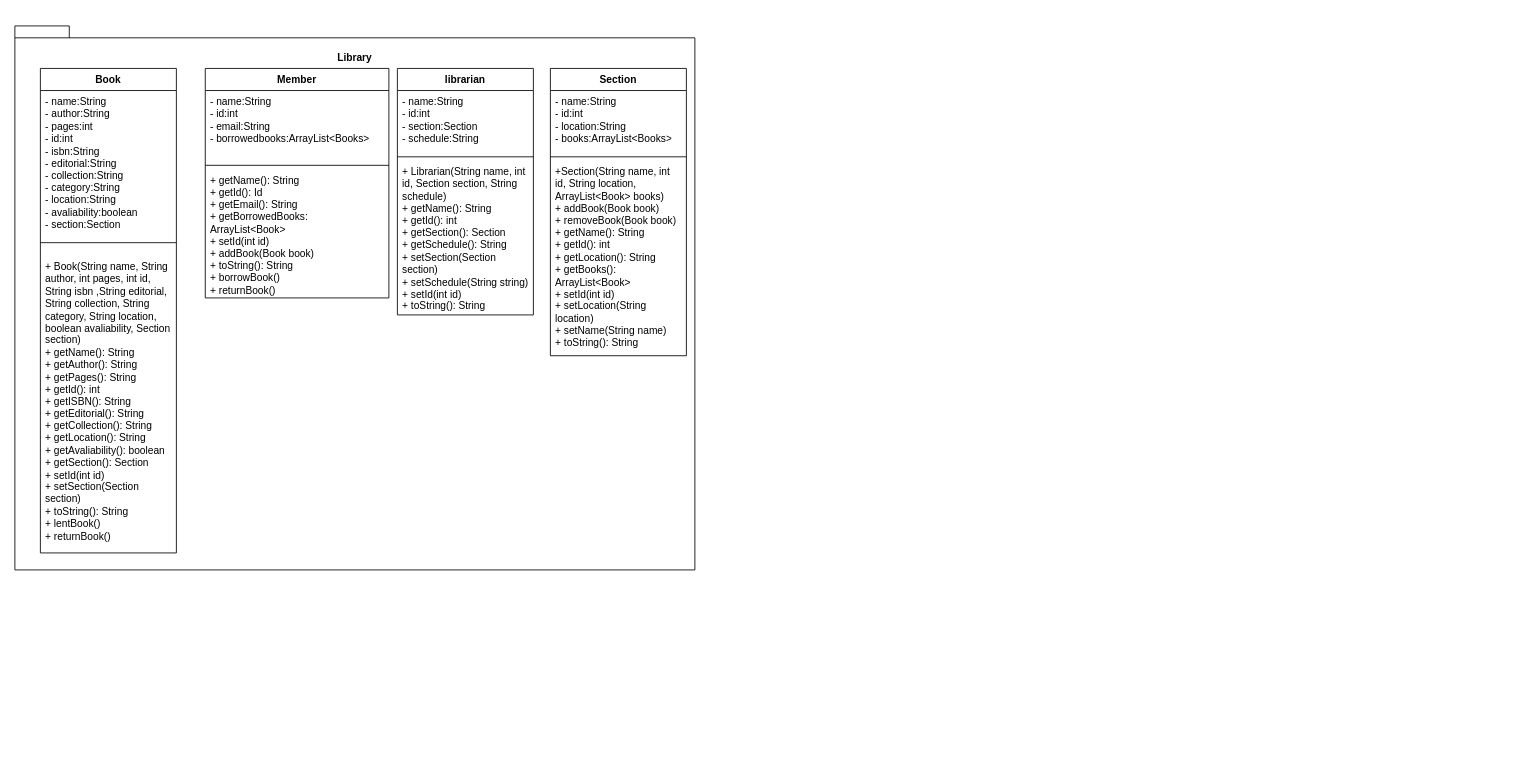
Above: Week5/Library.drawio in Julian-Florez/OOP-Project (draw.io), before the change. Source tidied: cells renumbered, new cells numbered last; positions are measured from the earlier drawing's top-left corner, leaving out a move shared by most shapes. Both pictures are drawn from the tidied source at 85%, with x=0, y=0 at pixel (14, 26).
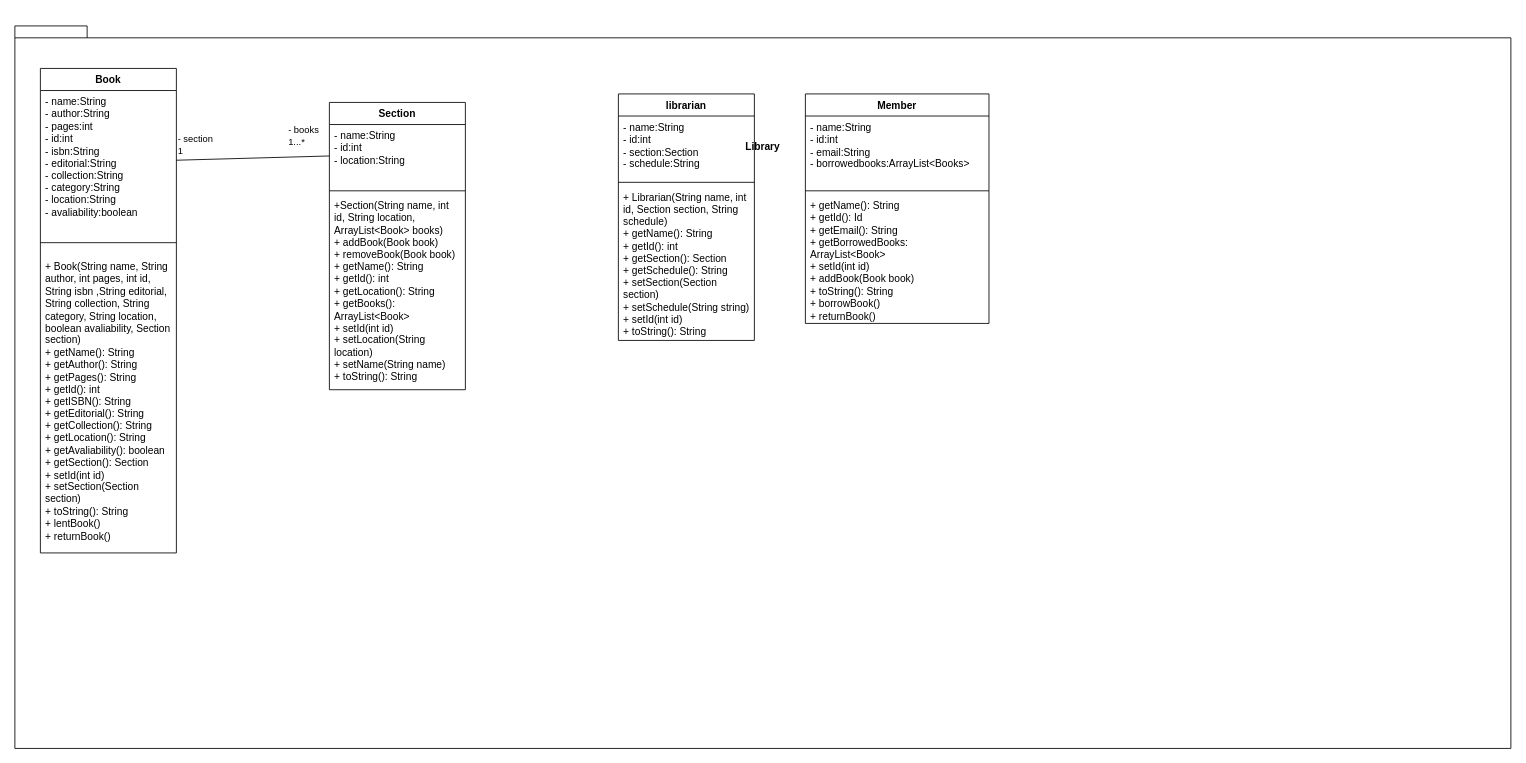
After the change.

Commit message:
Co-authored-by: Juan-Jose-Caicedo <Juan-Jose-Caicedo@users.noreply.github.com>

The change refers to these unchanged cells:
```xml
<mxCell id="3" value="Book" style="swimlane;fontStyle=1;align=center;verticalAlign=top;horizontal=1;startSize=26;whiteSpace=wrap;html=1;" parent="1" vertex="1">
  <mxGeometry x="30" y="50" width="160" height="570" as="geometry" />
</mxCell>
```

Change to the diagram source:
```diff
@@
     <mxCell id="2" value="&lt;div&gt;&lt;br&gt;&lt;/div&gt;&lt;div&gt;&lt;br&gt;&lt;/div&gt;&lt;div&gt;&lt;br&gt;&lt;/div&gt;Library&lt;div&gt;&lt;br&gt;&lt;/div&gt;&lt;div&gt;&lt;br&gt;&lt;/div&gt;&lt;div&gt;&lt;br&gt;&lt;/div&gt;&lt;div&gt;&lt;br&gt;&lt;/div&gt;&lt;div&gt;&lt;br&gt;&lt;/div&gt;&lt;div&gt;&lt;br&gt;&lt;/div&gt;&lt;div&gt;&lt;br&gt;&lt;/div&gt;&lt;div&gt;&lt;br&gt;&lt;/div&gt;&lt;div&gt;&lt;br&gt;&lt;/div&gt;&lt;div&gt;&lt;br&gt;&lt;/div&gt;&lt;div&gt;&lt;br&gt;&lt;/div&gt;&lt;div&gt;&lt;br&gt;&lt;/div&gt;&lt;div&gt;&lt;br&gt;&lt;/div&gt;&lt;div&gt;&lt;br&gt;&lt;/div&gt;&lt;div&gt;&lt;br&gt;&lt;/div&gt;&lt;div&gt;&lt;br&gt;&lt;/div&gt;&lt;div&gt;&lt;br&gt;&lt;/div&gt;&lt;div&gt;&lt;br&gt;&lt;/div&gt;&lt;div&gt;&lt;br&gt;&lt;/div&gt;&lt;div&gt;&lt;br&gt;&lt;/div&gt;&lt;div&gt;&lt;br&gt;&lt;/div&gt;&lt;div&gt;&lt;br&gt;&lt;/div&gt;&lt;div&gt;&lt;br&gt;&lt;/div&gt;&lt;div&gt;&lt;br&gt;&lt;/div&gt;&lt;div&gt;&lt;br&gt;&lt;/div&gt;&lt;div&gt;&lt;br&gt;&lt;/div&gt;&lt;div&gt;&lt;br&gt;&lt;/div&gt;&lt;div&gt;&lt;br&gt;&lt;/div&gt;&lt;div&gt;&lt;br&gt;&lt;/div&gt;&lt;div&gt;&lt;br&gt;&lt;/div&gt;&lt;div&gt;&lt;br&gt;&lt;/div&gt;&lt;div&gt;&lt;br&gt;&lt;/div&gt;&lt;div&gt;&lt;br&gt;&lt;/div&gt;&lt;div&gt;&lt;br&gt;&lt;/div&gt;&lt;div&gt;&lt;br&gt;&lt;/div&gt;&lt;div&gt;&lt;br&gt;&lt;/div&gt;&lt;div&gt;&lt;br&gt;&lt;/div&gt;&lt;div&gt;&lt;br&gt;&lt;/div&gt;&lt;div&gt;&lt;br&gt;&lt;/div&gt;&lt;div&gt;&lt;br&gt;&lt;/div&gt;&lt;div&gt;&lt;br&gt;&lt;/div&gt;&lt;div&gt;&lt;br&gt;&lt;/div&gt;&lt;div&gt;&lt;br&gt;&lt;/div&gt;" style="shape=folder;fontStyle=1;spacingTop=10;tabWidth=40;tabHeight=14;tabPosition=left;html=1;whiteSpace=wrap;" parent="1" vertex="1">
-      <mxGeometry width="800" height="640" as="geometry" />
+      <mxGeometry width="1760" height="850" as="geometry" />
     </mxCell>
@@
-    <mxCell id="4" value="&lt;div&gt;- name:String&lt;/div&gt;&lt;div&gt;- author:String&lt;/div&gt;&lt;div&gt;- pages:int&lt;/div&gt;&lt;div&gt;- id:int&lt;/div&gt;&lt;div&gt;- isbn:String&lt;/div&gt;&lt;div&gt;- editorial:String&lt;/div&gt;&lt;div&gt;- collection:String&lt;/div&gt;&lt;div&gt;- category:String&lt;/div&gt;&lt;div&gt;- location:String&lt;/div&gt;&lt;div&gt;- avaliability:boolean&lt;/div&gt;&lt;div&gt;- section:Section&lt;/div&gt;" style="text;strokeColor=none;fillColor=none;align=left;verticalAlign=top;spacingLeft=4;spacingRight=4;overflow=hidden;points=[[0,0.5],[1,0.5]];portConstraint=eastwest;whiteSpace=wrap;html=1;" parent="3" vertex="1">
+    <mxCell id="4" value="&lt;div&gt;- name:String&lt;/div&gt;&lt;div&gt;- author:String&lt;/div&gt;&lt;div&gt;- pages:int&lt;/div&gt;&lt;div&gt;- id:int&lt;/div&gt;&lt;div&gt;- isbn:String&lt;/div&gt;&lt;div&gt;- editorial:String&lt;/div&gt;&lt;div&gt;- collection:String&lt;/div&gt;&lt;div&gt;- category:String&lt;/div&gt;&lt;div&gt;- location:String&lt;/div&gt;&lt;div&gt;- avaliability:boolean&lt;/div&gt;" style="text;strokeColor=none;fillColor=none;align=left;verticalAlign=top;spacingLeft=4;spacingRight=4;overflow=hidden;points=[[0,0.5],[1,0.5]];portConstraint=eastwest;whiteSpace=wrap;html=1;" parent="3" vertex="1">
       <mxGeometry y="26" width="160" height="164" as="geometry" />
     </mxCell>
@@
     <mxCell id="7" value="Member" style="swimlane;fontStyle=1;align=center;verticalAlign=top;horizontal=1;startSize=26;whiteSpace=wrap;html=1;" parent="1" vertex="1">
-      <mxGeometry x="224" y="50" width="216" height="270" as="geometry" />
+      <mxGeometry x="930" y="80" width="216" height="270" as="geometry" />
     </mxCell>
@@
     <mxCell id="11" value="librarian" style="swimlane;fontStyle=1;align=center;verticalAlign=top;horizontal=1;startSize=26;whiteSpace=wrap;html=1;" parent="1" vertex="1">
-      <mxGeometry x="450" y="50" width="160" height="290" as="geometry" />
+      <mxGeometry x="710" y="80" width="160" height="290" as="geometry" />
     </mxCell>
@@
     <mxCell id="15" value="Section" style="swimlane;fontStyle=1;align=center;verticalAlign=top;horizontal=1;startSize=26;whiteSpace=wrap;html=1;" parent="1" vertex="1">
-      <mxGeometry x="630" y="50" width="160" height="338" as="geometry" />
+      <mxGeometry x="370" y="90" width="160" height="338" as="geometry" />
     </mxCell>
-    <mxCell id="16" value="&lt;div&gt;- name:String&lt;/div&gt;&lt;div&gt;- id:int&lt;/div&gt;&lt;div&gt;- location:String&lt;/div&gt;&lt;div&gt;- books:ArrayList&amp;lt;Books&amp;gt;&lt;/div&gt;" style="text;strokeColor=none;fillColor=none;align=left;verticalAlign=top;spacingLeft=4;spacingRight=4;overflow=hidden;points=[[0,0.5],[1,0.5]];portConstraint=eastwest;whiteSpace=wrap;html=1;" parent="15" vertex="1">
+    <mxCell id="16" value="&lt;div&gt;- name:String&lt;/div&gt;&lt;div&gt;- id:int&lt;/div&gt;&lt;div&gt;- location:String&lt;/div&gt;&lt;div&gt;&lt;br&gt;&lt;/div&gt;" style="text;strokeColor=none;fillColor=none;align=left;verticalAlign=top;spacingLeft=4;spacingRight=4;overflow=hidden;points=[[0,0.5],[1,0.5]];portConstraint=eastwest;whiteSpace=wrap;html=1;" parent="15" vertex="1">
       <mxGeometry y="26" width="160" height="74" as="geometry" />
     </mxCell>
@@
+    <mxCell id="19" style="edgeStyle=none;html=1;exitX=1;exitY=0.5;exitDx=0;exitDy=0;entryX=0;entryY=0.5;entryDx=0;entryDy=0;endArrow=none;endFill=0;" parent="1" edge="1" source="4" target="16">
+      <mxGeometry relative="1" as="geometry" />
+    </mxCell>
+    <mxCell id="20" value="- books&lt;br&gt;1...*" style="edgeLabel;html=1;align=left;verticalAlign=middle;" parent="19" vertex="1">
+      <mxGeometry x="0.78" relative="1" as="geometry">
+        <mxPoint x="-30" y="-24" as="offset" />
+      </mxGeometry>
+    </mxCell>
+    <mxCell id="21" value="- section&lt;br&gt;1" style="edgeLabel;html=1;align=left;verticalAlign=middle;" parent="19" vertex="1">
+      <mxGeometry x="-0.88" y="2" relative="1" as="geometry">
+        <mxPoint x="-11" y="-16" as="offset" />
+      </mxGeometry>
+    </mxCell>
```
